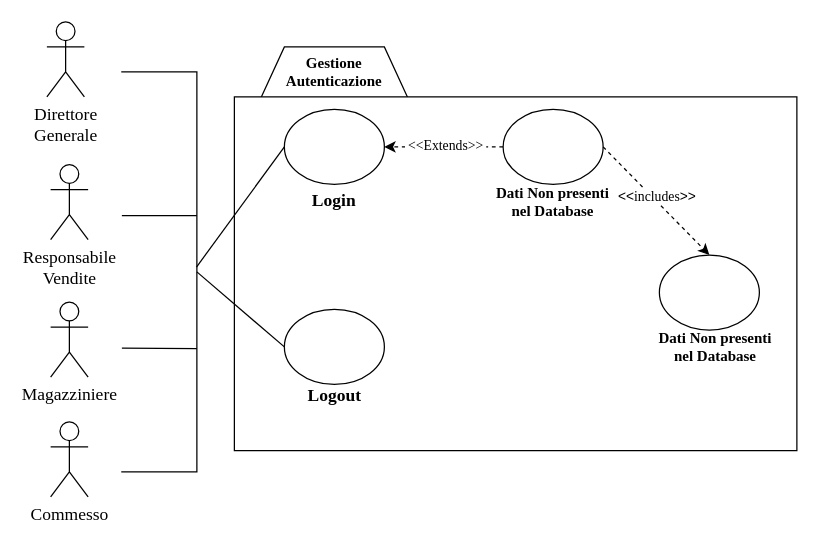
Above: Bozze/Diagrammi Casi D'Uso/GestioneAutenticazioneALPHA.drawio in Carmineh/IT-Manager (draw.io), before the change. Source tidied: cells renumbered, new cells numbered last; positions are measured from the earlier drawing's top-left corner, leaving out a move shared by most shapes. Both pictures are drawn from the tidied source at 125%, with x=0, y=0 at pixel (-41, 21).
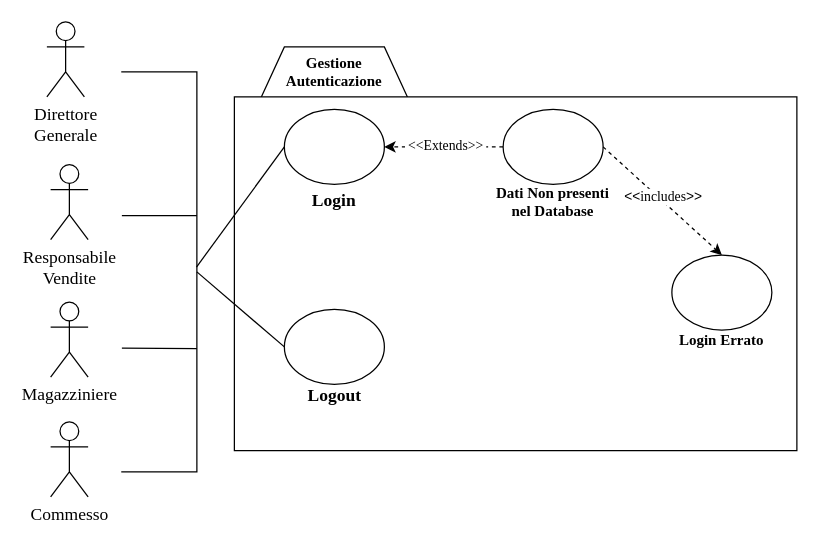
The same page after the edit.

Diff of the diagram source:
```diff
@@
     <mxCell id="22" value="&lt;div&gt;&lt;br&gt;&lt;/div&gt;&lt;div&gt;&lt;br&gt;&lt;/div&gt;&lt;div&gt;&lt;br&gt;&lt;/div&gt;&lt;div&gt;&lt;br&gt;&lt;/div&gt;&lt;div&gt;&lt;br&gt;&lt;/div&gt;&lt;div&gt;&lt;br&gt;&lt;/div&gt;" style="ellipse;whiteSpace=wrap;html=1;" parent="1" vertex="1">
-      <mxGeometry x="560" y="186.5" width="80" height="60" as="geometry" />
+      <mxGeometry x="570" y="186.5" width="80" height="60" as="geometry" />
     </mxCell>
-    <mxCell id="23" value="&lt;div&gt;&lt;font face=&quot;Times New Roman&quot;&gt;&lt;b&gt;Dati Non presenti&lt;/b&gt;&lt;/font&gt;&lt;/div&gt;&lt;div&gt;&lt;font face=&quot;Times New Roman&quot;&gt;&lt;b&gt;nel Database&lt;/b&gt;&lt;/font&gt;&lt;br&gt;&lt;/div&gt;" style="text;html=1;strokeColor=none;fillColor=none;align=center;verticalAlign=middle;whiteSpace=wrap;rounded=0;" parent="1" vertex="1">
-      <mxGeometry x="540" y="250" width="130" height="20" as="geometry" />
+    <mxCell id="23" value="&lt;div&gt;&lt;font face=&quot;Times New Roman&quot;&gt;&lt;b&gt;Login Errato&lt;/b&gt;&lt;/font&gt;&lt;/div&gt;&lt;div&gt;&lt;font face=&quot;Times New Roman&quot;&gt;&lt;b&gt;&lt;br&gt;&lt;/b&gt;&lt;/font&gt;&lt;/div&gt;" style="text;html=1;strokeColor=none;fillColor=none;align=center;verticalAlign=middle;whiteSpace=wrap;rounded=0;" parent="1" vertex="1">
+      <mxGeometry x="545" y="252" width="130" height="20" as="geometry" />
     </mxCell>
```
